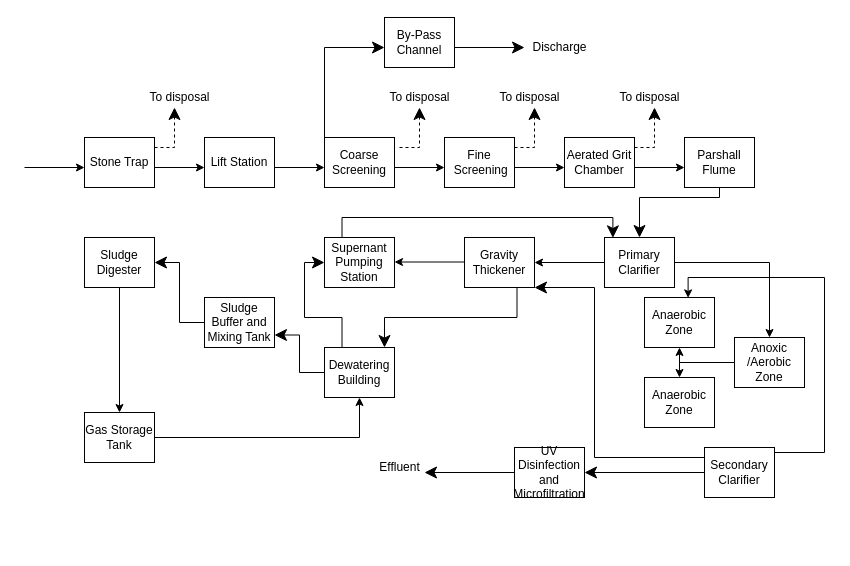
aycatoksoy/MB-Flowchart keeps this draw.io diagram as Untitled Diagram.drawio. Above is the earlier version. Source tidied: cells renumbered, new cells numbered last; positions are measured from the earlier drawing's top-left corner, leaving out a move shared by most shapes. Both pictures are drawn from the tidied source at 100%, with x=0, y=0 at pixel (24, 17).
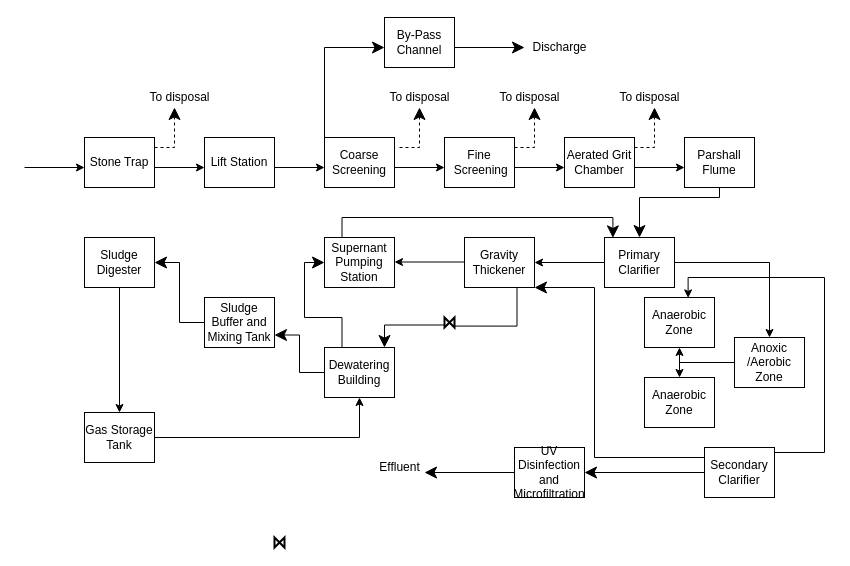
Above is the later version.

Unchanged cells that the change refers to:
```xml
<mxCell id="30" value="Gravity Thickener&lt;br&gt;" style="rounded=0;whiteSpace=wrap;html=1;sketch=0;" parent="1" vertex="1">
  <mxGeometry x="440" y="220" width="70" height="50" as="geometry" />
</mxCell>
<mxCell id="37" value="Dewatering Building" style="rounded=0;whiteSpace=wrap;html=1;sketch=0;" parent="1" vertex="1">
  <mxGeometry x="300" y="330" width="70" height="50" as="geometry" />
</mxCell>
```

Change to the diagram source:
```diff
@@
-    <mxCell id="29" style="edgeStyle=orthogonalEdgeStyle;rounded=0;sketch=0;jumpStyle=sharp;jumpSize=16;jettySize=auto;html=1;exitX=0.75;exitY=1;exitDx=0;exitDy=0;entryX=0.857;entryY=0;entryDx=0;entryDy=0;entryPerimeter=0;endSize=10;targetPerimeterSpacing=4;strokeWidth=1;" parent="1" edge="1" source="30" target="37">
+    <mxCell id="29" style="edgeStyle=orthogonalEdgeStyle;rounded=0;sketch=0;jumpStyle=sharp;jumpSize=16;jettySize=auto;html=1;exitX=0.75;exitY=1;exitDx=0;exitDy=0;entryX=0.857;entryY=0;entryDx=0;entryDy=0;entryPerimeter=0;endSize=10;targetPerimeterSpacing=4;strokeWidth=1;startArrow=none;" parent="1" edge="1" source="57" target="37">
       <mxGeometry relative="1" as="geometry" />
     </mxCell>
@@
+    <mxCell id="56" style="html=1;shape=mxgraph.sysml.timeEvent;strokeWidth=2;verticalLabelPosition=bottom;verticalAlignment=top;direction=south;" parent="1" vertex="1">
+      <mxGeometry x="250" y="520" width="10" height="10" as="geometry" />
+    </mxCell>
+    <mxCell id="57" style="html=1;shape=mxgraph.sysml.timeEvent;strokeWidth=2;verticalLabelPosition=bottom;verticalAlignment=top;direction=south;" parent="1" vertex="1">
+      <mxGeometry x="420" y="300" width="10" height="10" as="geometry" />
+    </mxCell>
+    <mxCell id="58" style="edgeStyle=orthogonalEdgeStyle;rounded=0;sketch=0;jumpStyle=sharp;jumpSize=16;jettySize=auto;html=1;exitX=0.75;exitY=1;exitDx=0;exitDy=0;entryX=0.857;entryY=0;entryDx=0;entryDy=0;entryPerimeter=0;endSize=10;strokeWidth=1;endArrow=none;" parent="1" edge="1" source="30" target="57">
+      <mxGeometry relative="1" as="geometry" />
+    </mxCell>
```
